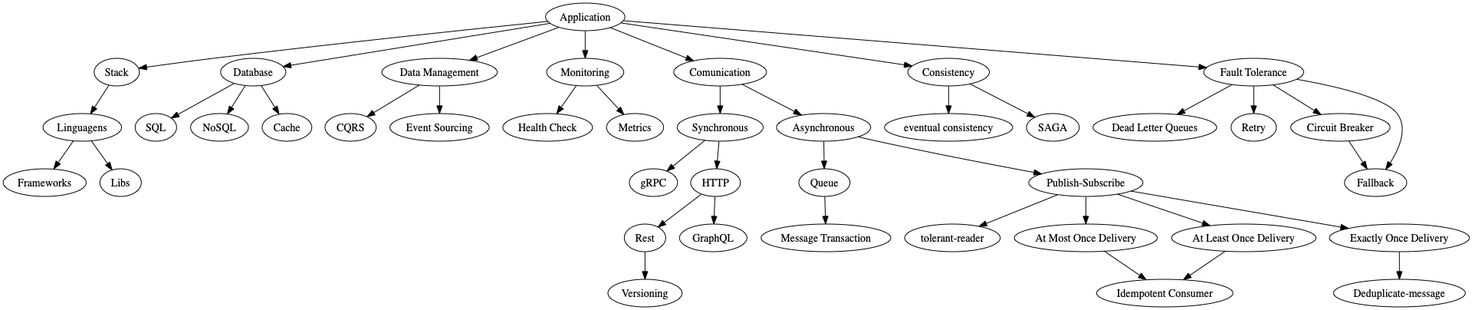
emmanuelneri/microservices-roadmap keeps this Graphviz diagram as images/microservices-application-roadmap.gv.png. Above is the earlier version. Its source is kept beside it as images/microservices-application-roadmap.gv.
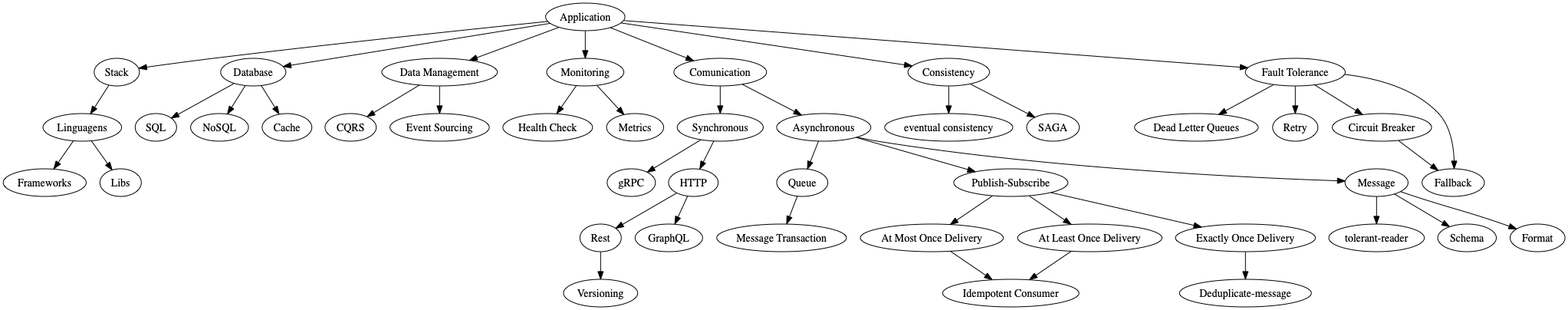
The same diagram one commit later.

What changed in the source:
```diff
@@ -49,21 +49,27 @@
 	"pub-sub" [label="Publish-Subscribe"]
 	asynchronous -> queue
 	asynchronous -> "pub-sub"
+	asynchronous -> messages
 	"queue-transaction" [label="Message Transaction"]
 	queue -> "queue-transaction"
-	"tolerant-reader" [label="tolerant-reader"]
 	"at-most-once-delivery" [label="At Most Once Delivery"]
 	"at-least-once-delivery" [label="At Least Once Delivery"]
 	"exactly-once-delivery" [label="Exactly Once Delivery"]
 	"pub-sub" -> "at-most-once-delivery"
 	"pub-sub" -> "at-least-once-delivery"
 	"pub-sub" -> "exactly-once-delivery"
-	"pub-sub" -> "tolerant-reader"
 	deduplicate [label="Deduplicate-message"]
 	idempotent [label="Idempotent Consumer"]
 	"at-most-once-delivery" -> idempotent
 	"at-least-once-delivery" -> idempotent
 	"exactly-once-delivery" -> deduplicate
+	messages [label=Message]
+	"tolerant-reader" [label="tolerant-reader"]
+	schema [label=Schema]
+	"message-format" [label=Format]
+	messages -> "tolerant-reader"
+	messages -> schema
+	messages -> "message-format"
 	application -> "fault-tolerance"
 	"fault-tolerance" [label="Fault Tolerance"]
 	dlq [label="Dead Letter Queues"]
```
